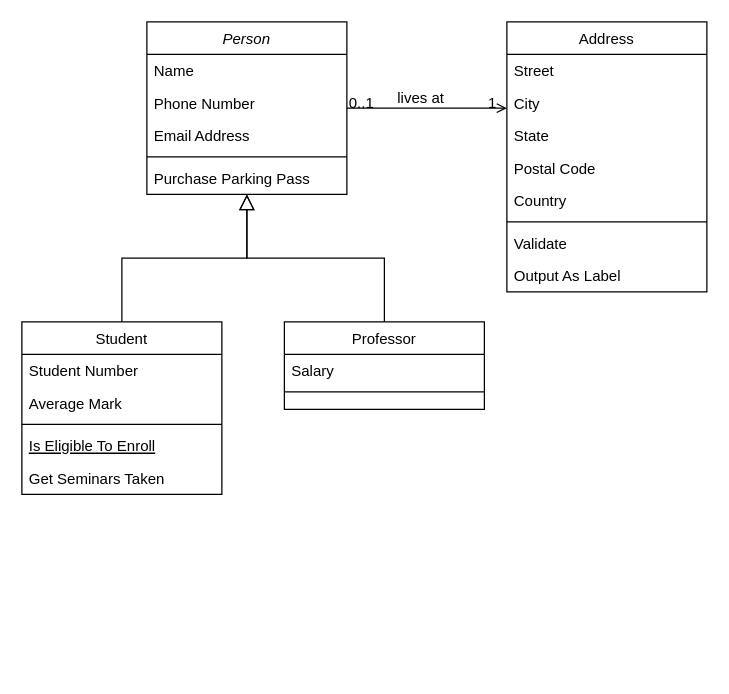
Before: Untitled Diagram.drawio in Tiaralstari/tefa, a draw.io diagram. Source tidied: cells renumbered, new cells numbered last; positions are measured from the earlier drawing's top-left corner, leaving out a move shared by most shapes. Both pictures are drawn from the tidied source at 125%, with x=0, y=0 at pixel (21, 21).
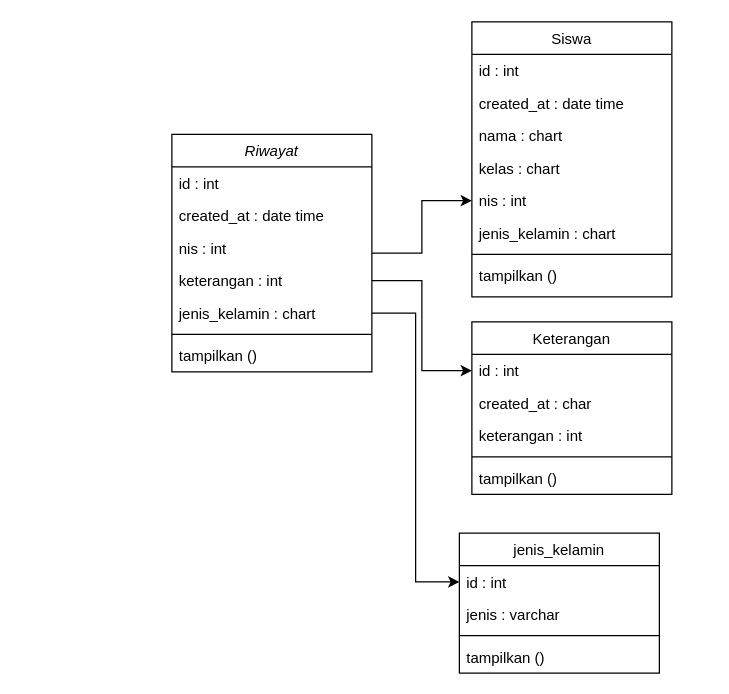
After the change.

Diff of the diagram source:
```diff
@@
+    <mxCell id="32" style="edgeStyle=orthogonalEdgeStyle;rounded=0;jettySize=auto;html=1;entryX=0;entryY=0.5;entryDx=0;entryDy=0;" parent="1" edge="1" source="2" target="24">
+      <mxGeometry relative="1" as="geometry" />
+    </mxCell>
-    <mxCell id="2" value="Person" style="swimlane;fontStyle=2;align=center;verticalAlign=top;horizontal=1;startSize=26;rounded=0;shadow=0;strokeWidth=1;" parent="1" vertex="1">
-      <mxGeometry x="100" width="160" height="138" as="geometry" />
+    <mxCell id="2" value="Riwayat" style="swimlane;fontStyle=2;align=center;verticalAlign=top;horizontal=1;startSize=26;rounded=0;shadow=0;strokeWidth=1;" parent="1" vertex="1">
+      <mxGeometry x="120" y="90" width="160" height="190" as="geometry" />
     </mxCell>
-    <mxCell id="3" value="Name" style="text;align=left;verticalAlign=top;spacingLeft=4;spacingRight=4;overflow=hidden;" parent="2" vertex="1">
+    <mxCell id="3" value="id : int" style="text;align=left;verticalAlign=top;spacingLeft=4;spacingRight=4;overflow=hidden;" parent="2" vertex="1">
       <mxGeometry y="26" width="160" height="26" as="geometry" />
     </mxCell>
-    <mxCell id="4" value="Phone Number" style="text;align=left;verticalAlign=top;spacingLeft=4;spacingRight=4;overflow=hidden;rounded=0;shadow=0;html=0;" parent="2" vertex="1">
+    <mxCell id="4" value="created_at : date time" style="text;align=left;verticalAlign=top;spacingLeft=4;spacingRight=4;overflow=hidden;rounded=0;shadow=0;html=0;" parent="2" vertex="1">
       <mxGeometry y="52" width="160" height="26" as="geometry" />
     </mxCell>
-    <mxCell id="5" value="Email Address" style="text;align=left;verticalAlign=top;spacingLeft=4;spacingRight=4;overflow=hidden;rounded=0;shadow=0;html=0;" parent="2" vertex="1">
+    <mxCell id="5" value="nis : int" style="text;align=left;verticalAlign=top;spacingLeft=4;spacingRight=4;overflow=hidden;rounded=0;shadow=0;html=0;" parent="2" vertex="1">
       <mxGeometry y="78" width="160" height="26" as="geometry" />
     </mxCell>
+    <mxCell id="33" value="keterangan : int  " style="text;align=left;verticalAlign=top;spacingLeft=4;spacingRight=4;overflow=hidden;points=[[0,0.5],[1,0.5]];portConstraint=eastwest;" parent="2" vertex="1">
+      <mxGeometry y="104" width="160" height="26" as="geometry" />
+    </mxCell>
+    <mxCell id="34" value="jenis_kelamin : chart " style="text;align=left;verticalAlign=top;spacingLeft=4;spacingRight=4;overflow=hidden;points=[[0,0.5],[1,0.5]];portConstraint=eastwest;" parent="2" vertex="1">
+      <mxGeometry y="130" width="160" height="26" as="geometry" />
+    </mxCell>
     <mxCell id="6" style="line;html=1;strokeWidth=1;align=left;verticalAlign=middle;spacingTop=-1;spacingLeft=3;spacingRight=3;labelPosition=right;" parent="2" vertex="1">
-      <mxGeometry y="104" width="160" height="8" as="geometry" />
+      <mxGeometry y="156" width="160" height="8" as="geometry" />
     </mxCell>
-    <mxCell id="7" value="Purchase Parking Pass" style="text;align=left;verticalAlign=top;spacingLeft=4;spacingRight=4;overflow=hidden;" parent="2" vertex="1">
-      <mxGeometry y="112" width="160" height="26" as="geometry" />
+    <mxCell id="7" value="tampilkan ()" style="text;align=left;verticalAlign=top;spacingLeft=4;spacingRight=4;overflow=hidden;" parent="2" vertex="1">
+      <mxGeometry y="164" width="160" height="26" as="geometry" />
     </mxCell>
-    <mxCell id="8" value="Student" style="swimlane;fontStyle=0;align=center;verticalAlign=top;horizontal=1;startSize=26;rounded=0;shadow=0;strokeWidth=1;" parent="1" vertex="1">
-      <mxGeometry y="240" width="160" height="138" as="geometry" />
+    <mxCell id="8" value="Keterangan" style="swimlane;fontStyle=0;align=center;verticalAlign=top;horizontal=1;startSize=26;rounded=0;shadow=0;strokeWidth=1;" parent="1" vertex="1">
+      <mxGeometry x="360" y="240" width="160" height="138" as="geometry" />
     </mxCell>
-    <mxCell id="9" value="Student Number" style="text;align=left;verticalAlign=top;spacingLeft=4;spacingRight=4;overflow=hidden;points=[[0,0.5],[1,0.5]];portConstraint=eastwest;" parent="8" vertex="1">
+    <mxCell id="9" value="id : int" style="text;align=left;verticalAlign=top;spacingLeft=4;spacingRight=4;overflow=hidden;points=[[0,0.5],[1,0.5]];portConstraint=eastwest;" parent="8" vertex="1">
       <mxGeometry y="26" width="160" height="26" as="geometry" />
     </mxCell>
-    <mxCell id="10" value="Average Mark" style="text;align=left;verticalAlign=top;spacingLeft=4;spacingRight=4;overflow=hidden;rounded=0;shadow=0;html=0;" parent="8" vertex="1">
+    <mxCell id="10" value="created_at : char" style="text;align=left;verticalAlign=top;spacingLeft=4;spacingRight=4;overflow=hidden;rounded=0;shadow=0;html=0;" parent="8" vertex="1">
       <mxGeometry y="52" width="160" height="26" as="geometry" />
     </mxCell>
+    <mxCell id="35" value="keterangan : int" style="text;align=left;verticalAlign=top;spacingLeft=4;spacingRight=4;overflow=hidden;" parent="8" vertex="1">
+      <mxGeometry y="78" width="160" height="26" as="geometry" />
+    </mxCell>
     <mxCell id="11" style="line;html=1;strokeWidth=1;align=left;verticalAlign=middle;spacingTop=-1;spacingLeft=3;spacingRight=3;labelPosition=right;" parent="8" vertex="1">
-      <mxGeometry y="78" width="160" height="8" as="geometry" />
+      <mxGeometry y="104" width="160" height="8" as="geometry" />
     </mxCell>
-    <mxCell id="12" value="Is Eligible To Enroll" style="text;align=left;verticalAlign=top;spacingLeft=4;spacingRight=4;overflow=hidden;fontStyle=4;" parent="8" vertex="1">
-      <mxGeometry y="86" width="160" height="26" as="geometry" />
-    </mxCell>
-    <mxCell id="13" value="Get Seminars Taken" style="text;align=left;verticalAlign=top;spacingLeft=4;spacingRight=4;overflow=hidden;" parent="8" vertex="1">
+    <mxCell id="13" value="tampilkan ()" style="text;align=left;verticalAlign=top;spacingLeft=4;spacingRight=4;overflow=hidden;" parent="8" vertex="1">
       <mxGeometry y="112" width="160" height="26" as="geometry" />
     </mxCell>
-    <mxCell id="14" style="endArrow=block;endSize=10;endFill=0;shadow=0;strokeWidth=1;rounded=0;curved=0;edgeStyle=elbowEdgeStyle;elbow=vertical;" parent="1" edge="1" source="8" target="2">
-      <mxGeometry relative="1" as="geometry" />
-    </mxCell>
-    <mxCell id="15" value="Professor" style="swimlane;fontStyle=0;align=center;verticalAlign=top;horizontal=1;startSize=26;rounded=0;shadow=0;strokeWidth=1;" parent="1" vertex="1">
-      <mxGeometry x="210" y="240" width="160" height="70" as="geometry" />
+    <mxCell id="15" value="jenis_kelamin" style="swimlane;fontStyle=0;align=center;verticalAlign=top;horizontal=1;startSize=26;rounded=0;shadow=0;strokeWidth=1;" parent="1" vertex="1">
+      <mxGeometry x="350" y="409" width="160" height="112" as="geometry" />
     </mxCell>
-    <mxCell id="16" value="Salary" style="text;align=left;verticalAlign=top;spacingLeft=4;spacingRight=4;overflow=hidden;points=[[0,0.5],[1,0.5]];portConstraint=eastwest;" parent="15" vertex="1">
+    <mxCell id="16" value="id : int" style="text;align=left;verticalAlign=top;spacingLeft=4;spacingRight=4;overflow=hidden;points=[[0,0.5],[1,0.5]];portConstraint=eastwest;" parent="15" vertex="1">
       <mxGeometry y="26" width="160" height="26" as="geometry" />
     </mxCell>
+    <mxCell id="36" value="jenis : varchar" style="text;align=left;verticalAlign=top;spacingLeft=4;spacingRight=4;overflow=hidden;" parent="15" vertex="1">
+      <mxGeometry y="52" width="160" height="26" as="geometry" />
+    </mxCell>
     <mxCell id="17" style="line;html=1;strokeWidth=1;align=left;verticalAlign=middle;spacingTop=-1;spacingLeft=3;spacingRight=3;labelPosition=right;" parent="15" vertex="1">
-      <mxGeometry y="52" width="160" height="8" as="geometry" />
+      <mxGeometry y="78" width="160" height="8" as="geometry" />
     </mxCell>
-    <mxCell id="18" style="endArrow=block;endSize=10;endFill=0;shadow=0;strokeWidth=1;rounded=0;curved=0;edgeStyle=elbowEdgeStyle;elbow=vertical;" parent="1" edge="1" source="15" target="2">
-      <mxGeometry relative="1" as="geometry" />
-    </mxCell>
+    <mxCell id="37" value="tampilkan ()" style="text;align=left;verticalAlign=top;spacingLeft=4;spacingRight=4;overflow=hidden;" parent="15" vertex="1">
+      <mxGeometry y="86" width="160" height="26" as="geometry" />
+    </mxCell>
-    <mxCell id="19" value="Address" style="swimlane;fontStyle=0;align=center;verticalAlign=top;horizontal=1;startSize=26;rounded=0;shadow=0;strokeWidth=1;" parent="1" vertex="1">
-      <mxGeometry x="388" width="160" height="216" as="geometry" />
+    <mxCell id="19" value="Siswa" style="swimlane;fontStyle=0;align=center;verticalAlign=top;horizontal=1;startSize=26;rounded=0;shadow=0;strokeWidth=1;" parent="1" vertex="1">
+      <mxGeometry x="360" width="160" height="220" as="geometry" />
     </mxCell>
-    <mxCell id="20" value="Street" style="text;align=left;verticalAlign=top;spacingLeft=4;spacingRight=4;overflow=hidden;" parent="19" vertex="1">
+    <mxCell id="20" value="id : int" style="text;align=left;verticalAlign=top;spacingLeft=4;spacingRight=4;overflow=hidden;" parent="19" vertex="1">
       <mxGeometry y="26" width="160" height="26" as="geometry" />
     </mxCell>
-    <mxCell id="21" value="City" style="text;align=left;verticalAlign=top;spacingLeft=4;spacingRight=4;overflow=hidden;rounded=0;shadow=0;html=0;" parent="19" vertex="1">
+    <mxCell id="21" value="created_at : date time " style="text;align=left;verticalAlign=top;spacingLeft=4;spacingRight=4;overflow=hidden;rounded=0;shadow=0;html=0;" parent="19" vertex="1">
       <mxGeometry y="52" width="160" height="26" as="geometry" />
     </mxCell>
-    <mxCell id="22" value="State" style="text;align=left;verticalAlign=top;spacingLeft=4;spacingRight=4;overflow=hidden;rounded=0;shadow=0;html=0;" parent="19" vertex="1">
+    <mxCell id="22" value="nama : chart" style="text;align=left;verticalAlign=top;spacingLeft=4;spacingRight=4;overflow=hidden;rounded=0;shadow=0;html=0;" parent="19" vertex="1">
       <mxGeometry y="78" width="160" height="26" as="geometry" />
     </mxCell>
-    <mxCell id="23" value="Postal Code" style="text;align=left;verticalAlign=top;spacingLeft=4;spacingRight=4;overflow=hidden;rounded=0;shadow=0;html=0;" parent="19" vertex="1">
+    <mxCell id="23" value="kelas : chart" style="text;align=left;verticalAlign=top;spacingLeft=4;spacingRight=4;overflow=hidden;rounded=0;shadow=0;html=0;" parent="19" vertex="1">
       <mxGeometry y="104" width="160" height="26" as="geometry" />
     </mxCell>
-    <mxCell id="24" value="Country" style="text;align=left;verticalAlign=top;spacingLeft=4;spacingRight=4;overflow=hidden;points=[[0,0.5],[1,0.5]];portConstraint=eastwest;rounded=0;shadow=0;html=0;" parent="19" vertex="1">
+    <mxCell id="24" value="nis : int" style="text;align=left;verticalAlign=top;spacingLeft=4;spacingRight=4;overflow=hidden;points=[[0,0.5],[1,0.5]];portConstraint=eastwest;rounded=0;shadow=0;html=0;" parent="19" vertex="1">
       <mxGeometry y="130" width="160" height="26" as="geometry" />
     </mxCell>
+    <mxCell id="38" value="jenis_kelamin : chart" style="text;align=left;verticalAlign=top;spacingLeft=4;spacingRight=4;overflow=hidden;rounded=0;shadow=0;html=0;" parent="19" vertex="1">
+      <mxGeometry y="156" width="160" height="26" as="geometry" />
+    </mxCell>
     <mxCell id="25" style="line;html=1;strokeWidth=1;align=left;verticalAlign=middle;spacingTop=-1;spacingLeft=3;spacingRight=3;labelPosition=right;" parent="19" vertex="1">
-      <mxGeometry y="156" width="160" height="8" as="geometry" />
+      <mxGeometry y="182" width="160" height="8" as="geometry" />
     </mxCell>
-    <mxCell id="26" value="Validate" style="text;align=left;verticalAlign=top;spacingLeft=4;spacingRight=4;overflow=hidden;" parent="19" vertex="1">
-      <mxGeometry y="164" width="160" height="26" as="geometry" />
+    <mxCell id="26" value="tampilkan ()" style="text;align=left;verticalAlign=top;spacingLeft=4;spacingRight=4;overflow=hidden;" parent="19" vertex="1">
+      <mxGeometry y="190" width="160" height="26" as="geometry" />
     </mxCell>
-    <mxCell id="27" value="Output As Label" style="text;align=left;verticalAlign=top;spacingLeft=4;spacingRight=4;overflow=hidden;" parent="19" vertex="1">
-      <mxGeometry y="190" width="160" height="26" as="geometry" />
-    </mxCell>
-    <mxCell id="28" style="endArrow=open;shadow=0;strokeWidth=1;rounded=0;curved=0;endFill=1;edgeStyle=elbowEdgeStyle;elbow=vertical;" parent="1" edge="1" source="2" target="19">
-      <mxGeometry x="0.5" y="41" relative="1" as="geometry">
-        <mxPoint x="-40" y="32" as="offset" />
-      </mxGeometry>
-    </mxCell>
-    <mxCell id="29" value="0..1" style="align=left;verticalAlign=bottom;labelBackgroundColor=none;fontSize=12;" parent="28" vertex="1">
-      <mxGeometry x="-1" relative="1" as="geometry">
-        <mxPoint y="4" as="offset" />
-      </mxGeometry>
-    </mxCell>
-    <mxCell id="30" value="1" style="align=right;verticalAlign=bottom;labelBackgroundColor=none;fontSize=12;" parent="28" vertex="1">
-      <mxGeometry x="1" relative="1" as="geometry">
-        <mxPoint x="-7" y="4" as="offset" />
-      </mxGeometry>
-    </mxCell>
-    <mxCell id="31" value="lives at" style="text;html=1;align=center;verticalAlign=middle;labelBackgroundColor=none;rounded=0;shadow=0;strokeWidth=1;fontSize=12;" parent="28" vertex="1">
-      <mxGeometry x="0.5" y="49" relative="1" as="geometry">
-        <mxPoint x="-38" y="40" as="offset" />
-      </mxGeometry>
-    </mxCell>
+    <mxCell id="39" style="edgeStyle=orthogonalEdgeStyle;rounded=0;jettySize=auto;html=1;entryX=0;entryY=0.5;entryDx=0;entryDy=0;" parent="1" edge="1" source="33" target="9">
+      <mxGeometry relative="1" as="geometry" />
+    </mxCell>
+    <mxCell id="40" style="edgeStyle=orthogonalEdgeStyle;rounded=0;jettySize=auto;html=1;entryX=0;entryY=0.5;entryDx=0;entryDy=0;" parent="1" edge="1" source="34" target="16">
+      <mxGeometry relative="1" as="geometry" />
+    </mxCell>
```
